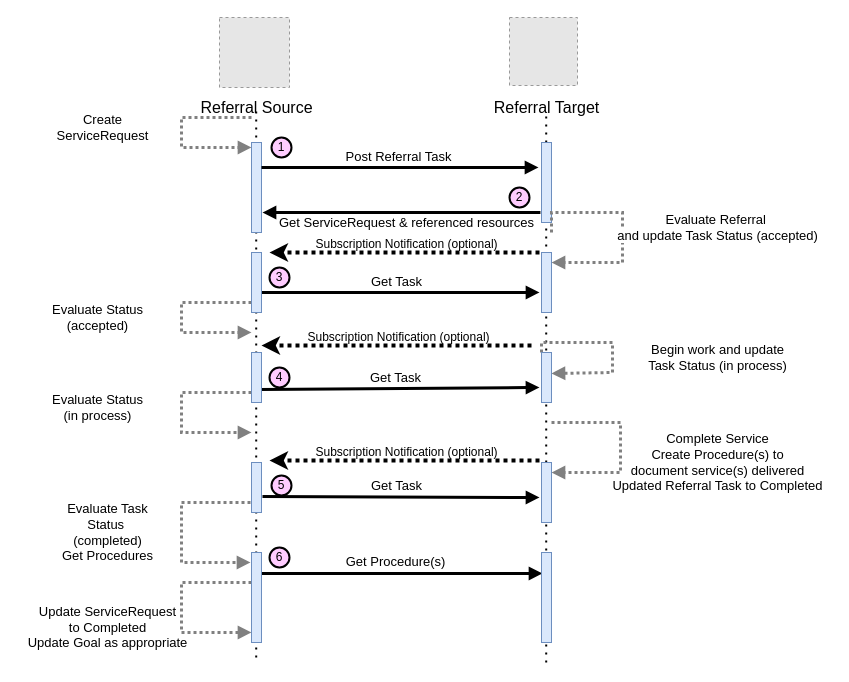
This is Images Source/DetailedDirectReferral.drawio from HL7/fhir-sdoh-clinicalcare, a draw.io file, before an edit. Source tidied: cells renumbered, new cells numbered last; positions are measured from the earlier drawing's top-left corner, leaving out a move shared by most shapes. Both pictures are drawn from the tidied source at 100%, with x=0, y=0 at pixel (17, 17). Pictures stored in the file or linked from it are replaced by grey dashed boxes.
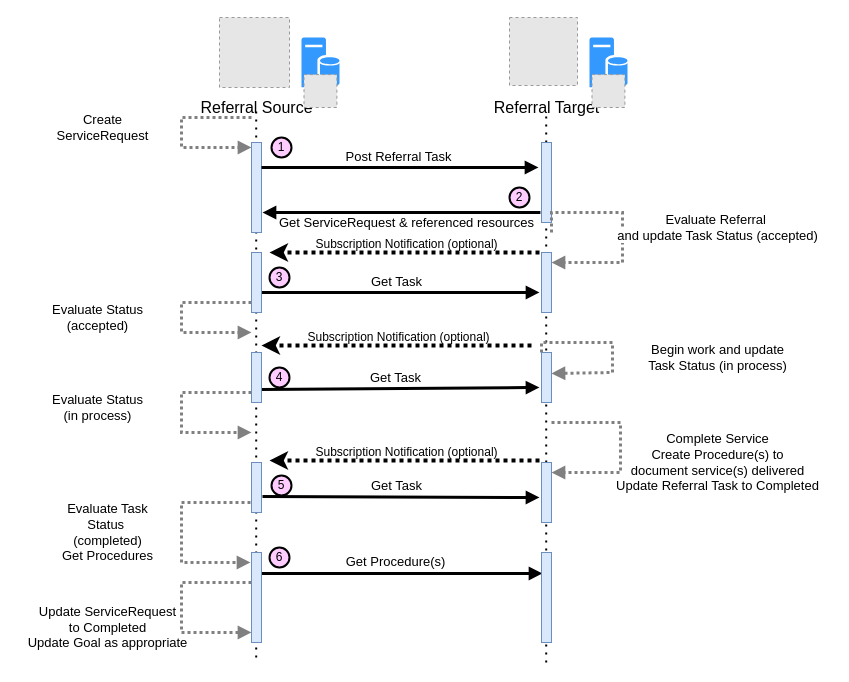
The same diagram, later.

The edit, as a diff of the source:
```diff
@@
-    <mxCell id="25" value="&lt;span style=&quot;font-size: 13px; text-align: left; background-color: rgb(255, 255, 255);&quot;&gt;Complete Service&lt;/span&gt;&lt;br style=&quot;font-size: 13px; text-align: left;&quot;&gt;&lt;span style=&quot;font-size: 13px; text-align: left; background-color: rgb(255, 255, 255);&quot;&gt;Create Procedure(s) to &lt;br style=&quot;font-size: 13px;&quot;&gt;document&amp;nbsp;service(s) delivered&lt;/span&gt;&lt;br style=&quot;font-size: 13px; text-align: left;&quot;&gt;&lt;span style=&quot;font-size: 13px; text-align: left; background-color: rgb(255, 255, 255);&quot;&gt;Updated Referral Task to Completed&lt;/span&gt;" style="text;html=1;align=center;verticalAlign=middle;strokeColor=none;fillColor=none;fontSize=13;" parent="1" vertex="1">
-      <mxGeometry x="585" y="410" width="230" height="70" as="geometry" />
+    <mxCell id="25" value="&lt;span style=&quot;font-size: 13px; text-align: left; background-color: rgb(255, 255, 255);&quot;&gt;Complete Service&lt;/span&gt;&lt;br style=&quot;font-size: 13px; text-align: left;&quot;&gt;&lt;span style=&quot;font-size: 13px; text-align: left; background-color: rgb(255, 255, 255);&quot;&gt;Create Procedure(s) to &lt;br style=&quot;font-size: 13px;&quot;&gt;document&amp;nbsp;service(s) delivered&lt;/span&gt;&lt;br style=&quot;font-size: 13px; text-align: left;&quot;&gt;&lt;span style=&quot;font-size: 13px; text-align: left; background-color: rgb(255, 255, 255);&quot;&gt;Update Referral Task to Completed&lt;/span&gt;" style="text;html=1;align=center;verticalAlign=middle;strokeColor=none;fillColor=none;fontSize=13;" parent="1" vertex="1">
+      <mxGeometry x="585" y="405" width="230" height="80" as="geometry" />
     </mxCell>
@@
+    <mxCell id="54" style="sketch=0;shadow=0;dashed=0;html=1;strokeColor=none;labelPosition=center;verticalLabelPosition=bottom;verticalAlign=top;align=center;fillColor=#3399FF;shape=mxgraph.mscae.enterprise.database_server;fontSize=12;fontColor=#990000;" parent="1" vertex="1">
+      <mxGeometry x="284" y="20" width="38" height="50" as="geometry" />
+    </mxCell>
+    <mxCell id="55" style="sketch=0;shadow=0;dashed=0;html=1;strokeColor=none;labelPosition=center;verticalLabelPosition=bottom;verticalAlign=top;align=center;fillColor=#3399FF;shape=mxgraph.mscae.enterprise.database_server;fontSize=12;fontColor=#990000;" parent="1" vertex="1">
+      <mxGeometry x="572" y="20" width="38" height="50" as="geometry" />
+    </mxCell>
+    <mxCell id="56" style="fillColor=#E6E6E6;strokeColor=#999999;dashed=1;verticalLabelPosition=bottom;verticalAlign=top;fontSize=13;fontColor=#000066;" parent="1" vertex="1">
+      <mxGeometry x="574.5" y="57.1" width="32.9" height="32.9" as="geometry" />
+    </mxCell>
+    <mxCell id="57" style="fillColor=#E6E6E6;strokeColor=#999999;dashed=1;verticalLabelPosition=bottom;verticalAlign=top;fontSize=13;fontColor=#000066;" parent="1" vertex="1">
+      <mxGeometry x="286.5" y="57.1" width="32.9" height="32.9" as="geometry" />
+    </mxCell>
```
